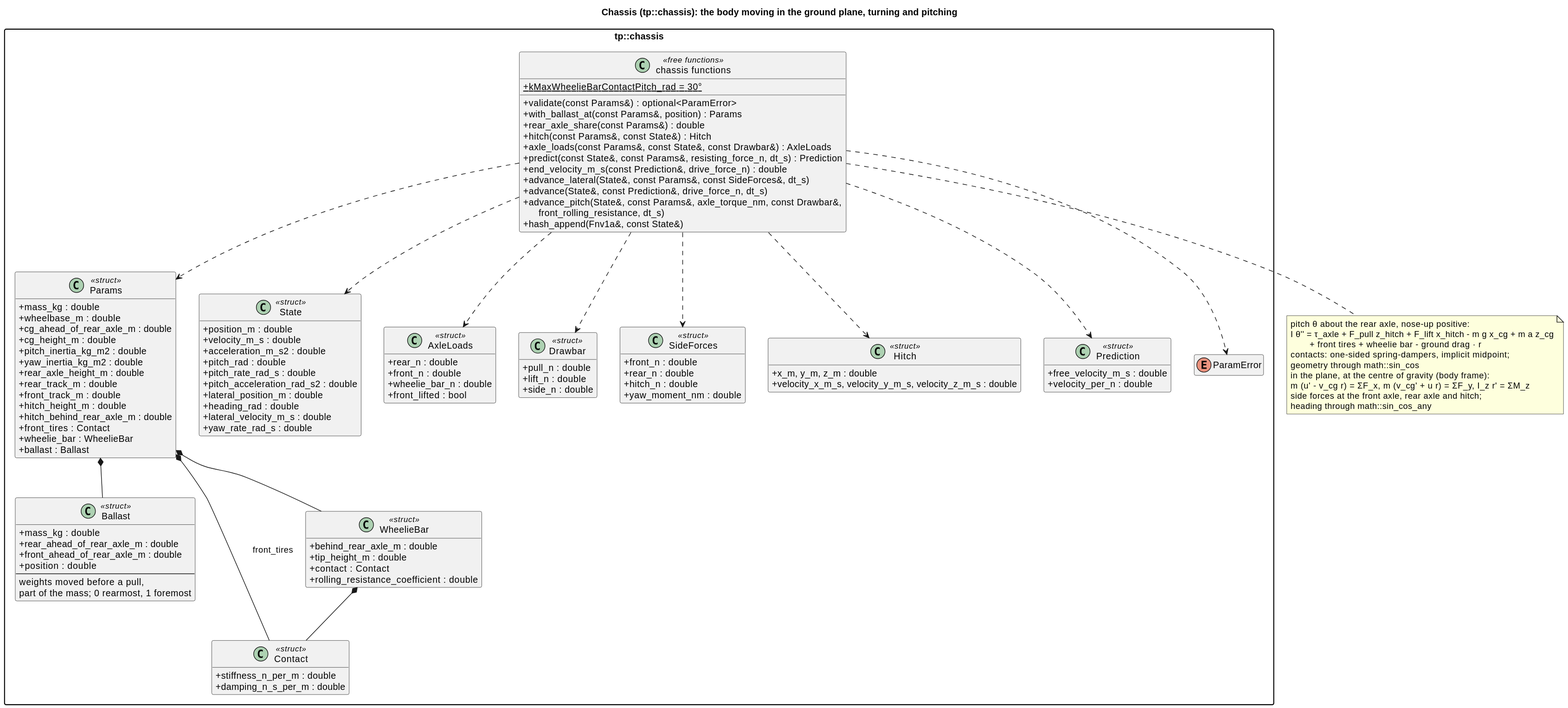
This is docs/diagrams/svg/chassis_classes.svg from wversteeg/TractorPulling, a PlantUML export, as it was before one commit.
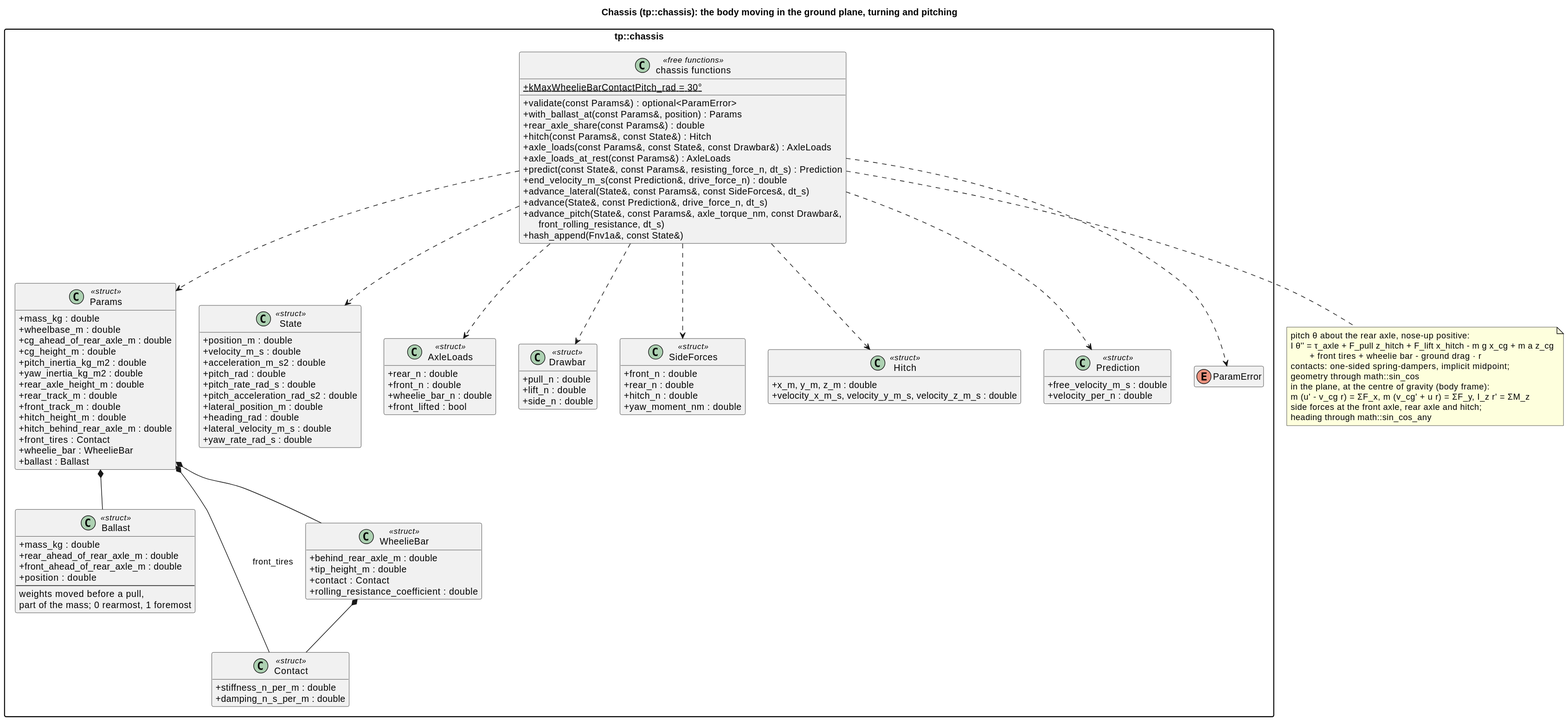
After the commit.

The edit, as a diff of the source:
```diff
@@ -85,6 +85,7 @@
     +rear_axle_share(const Params&) : double
     +hitch(const Params&, const State&) : Hitch
     +axle_loads(const Params&, const State&, const Drawbar&) : AxleLoads
+    +axle_loads_at_rest(const Params&) : AxleLoads
     +predict(const State&, const Params&, resisting_force_n, dt_s) : Prediction
     +end_velocity_m_s(const Prediction&, drive_force_n) : double
     +advance_lateral(State&, const Params&, const SideForces&, dt_s)
```
